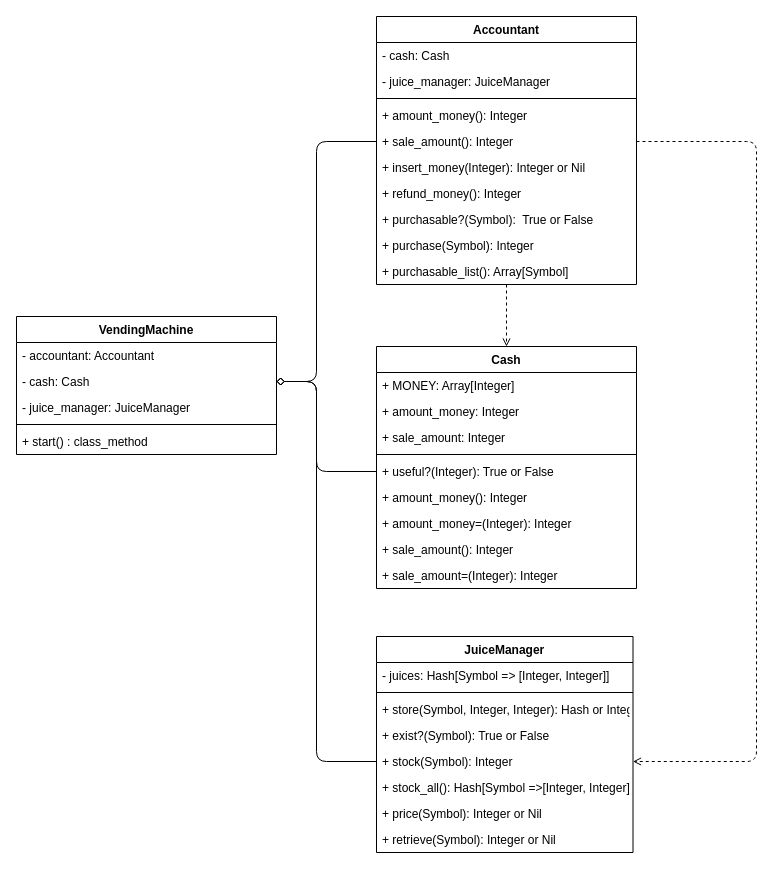
ryoyahoriuchi/object_orientation keeps this draw.io diagram as images/class.drawio. Above is the earlier version. Source tidied: cells renumbered, new cells numbered last; positions are measured from the earlier drawing's top-left corner, leaving out a move shared by most shapes. Both pictures are drawn from the tidied source at 100%, with x=0, y=0 at pixel (16, 16).
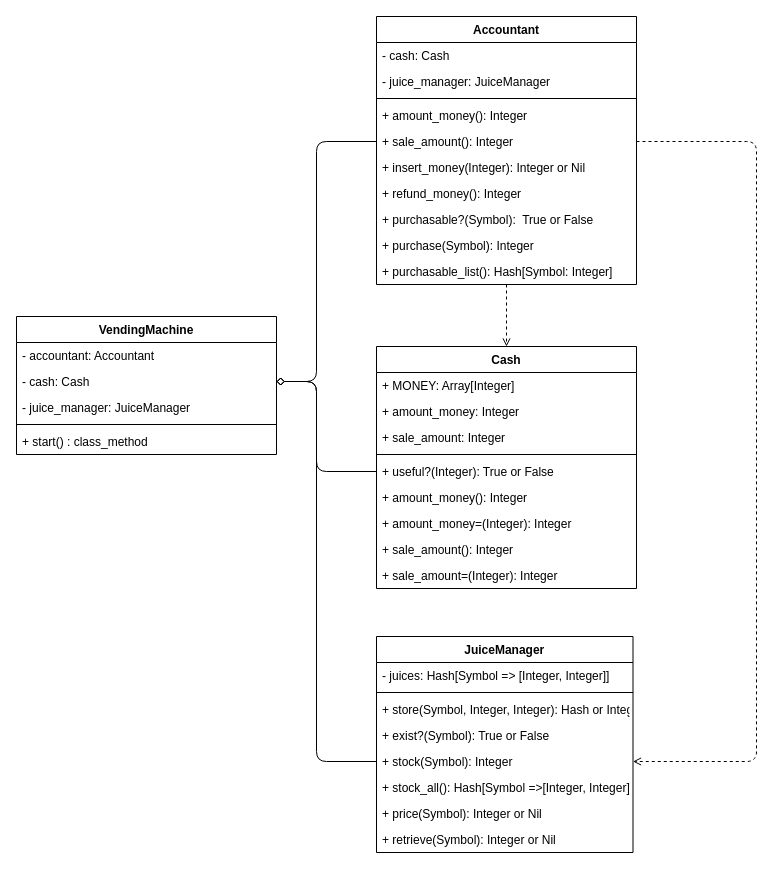
After the change.

Commit message (it also covers changes not shown here):
change:purchasable_listの仕様変更

Unchanged cells that the change refers to:
```xml
<mxCell id="5" value="Accountant" style="swimlane;fontStyle=1;align=center;verticalAlign=top;horizontal=1;startSize=26;" parent="1" vertex="1">
  <mxGeometry x="360" width="260" height="268" as="geometry" />
</mxCell>
```

Change to the diagram source:
```diff
@@
-    <mxCell id="15" value="+ purchasable_list(): Array[Symbol]" style="text;strokeColor=none;fillColor=none;align=left;verticalAlign=top;spacingLeft=4;spacingRight=4;overflow=hidden;" parent="5" vertex="1">
+    <mxCell id="15" value="+ purchasable_list(): Hash[Symbol: Integer]" style="text;strokeColor=none;fillColor=none;align=left;verticalAlign=top;spacingLeft=4;spacingRight=4;overflow=hidden;" parent="5" vertex="1">
       <mxGeometry y="242" width="260" height="26" as="geometry" />
     </mxCell>
```
